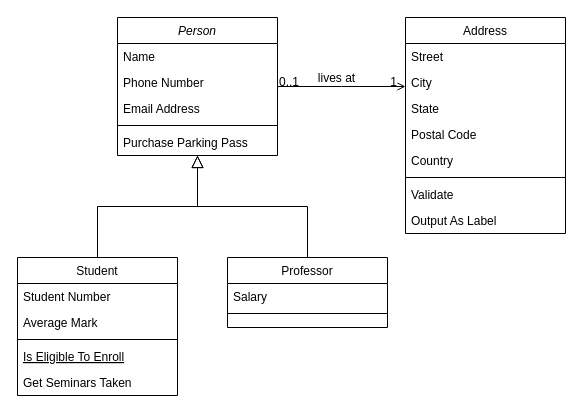
Earlier version of the draw.io diagram Draw.io/Polymorphism.drawio (Jebthegamer/cse210_hw). Source tidied: cells renumbered, new cells numbered last; positions are measured from the earlier drawing's top-left corner, leaving out a move shared by most shapes. Both pictures are drawn from the tidied source at 100%, with x=0, y=0 at pixel (17, 17).
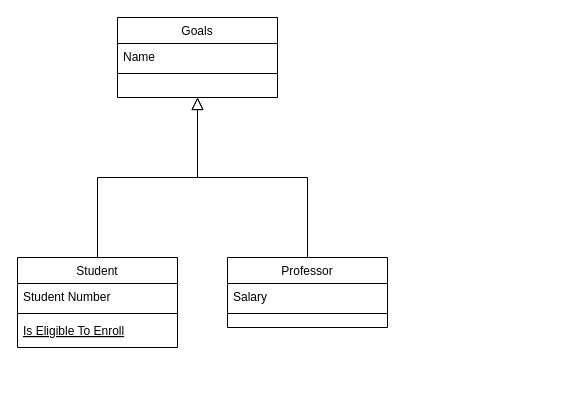
The same diagram, later.

Diff of the diagram source:
```diff
@@
-    <mxCell id="2" value="Person" style="swimlane;fontStyle=2;align=center;verticalAlign=top;horizontal=1;startSize=26;rounded=0;shadow=0;strokeWidth=1;" parent="1" vertex="1">
-      <mxGeometry x="100" width="160" height="138" as="geometry" />
+    <mxCell id="2" value="Goals" style="swimlane;fontStyle=0;align=center;verticalAlign=top;horizontal=1;startSize=26;rounded=0;shadow=0;strokeWidth=1;" parent="1" vertex="1">
+      <mxGeometry x="100" width="160" height="80" as="geometry" />
     </mxCell>
@@
-    <mxCell id="4" value="Phone Number" style="text;align=left;verticalAlign=top;spacingLeft=4;spacingRight=4;overflow=hidden;rounded=0;shadow=0;html=0;" parent="2" vertex="1">
-      <mxGeometry y="52" width="160" height="26" as="geometry" />
-    </mxCell>
-    <mxCell id="5" value="Email Address" style="text;align=left;verticalAlign=top;spacingLeft=4;spacingRight=4;overflow=hidden;rounded=0;shadow=0;html=0;" parent="2" vertex="1">
-      <mxGeometry y="78" width="160" height="26" as="geometry" />
-    </mxCell>
     <mxCell id="6" style="line;html=1;strokeWidth=1;align=left;verticalAlign=middle;spacingTop=-1;spacingLeft=3;spacingRight=3;labelPosition=right;" parent="2" vertex="1">
-      <mxGeometry y="104" width="160" height="8" as="geometry" />
+      <mxGeometry y="52" width="160" height="8" as="geometry" />
     </mxCell>
-    <mxCell id="7" value="Purchase Parking Pass" style="text;align=left;verticalAlign=top;spacingLeft=4;spacingRight=4;overflow=hidden;" parent="2" vertex="1">
-      <mxGeometry y="112" width="160" height="26" as="geometry" />
-    </mxCell>
     <mxCell id="8" value="Student" style="swimlane;fontStyle=0;align=center;verticalAlign=top;horizontal=1;startSize=26;rounded=0;shadow=0;strokeWidth=1;" parent="1" vertex="1">
-      <mxGeometry y="240" width="160" height="138" as="geometry" />
+      <mxGeometry y="240" width="160" height="90" as="geometry" />
     </mxCell>
@@
-    <mxCell id="10" value="Average Mark" style="text;align=left;verticalAlign=top;spacingLeft=4;spacingRight=4;overflow=hidden;rounded=0;shadow=0;html=0;" parent="8" vertex="1">
-      <mxGeometry y="52" width="160" height="26" as="geometry" />
-    </mxCell>
     <mxCell id="11" style="line;html=1;strokeWidth=1;align=left;verticalAlign=middle;spacingTop=-1;spacingLeft=3;spacingRight=3;labelPosition=right;" parent="8" vertex="1">
-      <mxGeometry y="78" width="160" height="8" as="geometry" />
+      <mxGeometry y="52" width="160" height="8" as="geometry" />
     </mxCell>
     <mxCell id="12" value="Is Eligible To Enroll" style="text;align=left;verticalAlign=top;spacingLeft=4;spacingRight=4;overflow=hidden;fontStyle=4;" parent="8" vertex="1">
-      <mxGeometry y="86" width="160" height="26" as="geometry" />
+      <mxGeometry y="60" width="160" height="26" as="geometry" />
     </mxCell>
-    <mxCell id="13" value="Get Seminars Taken" style="text;align=left;verticalAlign=top;spacingLeft=4;spacingRight=4;overflow=hidden;" parent="8" vertex="1">
-      <mxGeometry y="112" width="160" height="26" as="geometry" />
-    </mxCell>
@@
-    <mxCell id="19" value="Address" style="swimlane;fontStyle=0;align=center;verticalAlign=top;horizontal=1;startSize=26;rounded=0;shadow=0;strokeWidth=1;" parent="1" vertex="1">
-      <mxGeometry x="388" width="160" height="216" as="geometry" />
-    </mxCell>
-    <mxCell id="20" value="Street" style="text;align=left;verticalAlign=top;spacingLeft=4;spacingRight=4;overflow=hidden;" parent="19" vertex="1">
-      <mxGeometry y="26" width="160" height="26" as="geometry" />
-    </mxCell>
-    <mxCell id="21" value="City" style="text;align=left;verticalAlign=top;spacingLeft=4;spacingRight=4;overflow=hidden;rounded=0;shadow=0;html=0;" parent="19" vertex="1">
-      <mxGeometry y="52" width="160" height="26" as="geometry" />
-    </mxCell>
-    <mxCell id="22" value="State" style="text;align=left;verticalAlign=top;spacingLeft=4;spacingRight=4;overflow=hidden;rounded=0;shadow=0;html=0;" parent="19" vertex="1">
-      <mxGeometry y="78" width="160" height="26" as="geometry" />
-    </mxCell>
-    <mxCell id="23" value="Postal Code" style="text;align=left;verticalAlign=top;spacingLeft=4;spacingRight=4;overflow=hidden;rounded=0;shadow=0;html=0;" parent="19" vertex="1">
-      <mxGeometry y="104" width="160" height="26" as="geometry" />
-    </mxCell>
-    <mxCell id="24" value="Country" style="text;align=left;verticalAlign=top;spacingLeft=4;spacingRight=4;overflow=hidden;rounded=0;shadow=0;html=0;" parent="19" vertex="1">
-      <mxGeometry y="130" width="160" height="26" as="geometry" />
-    </mxCell>
-    <mxCell id="25" style="line;html=1;strokeWidth=1;align=left;verticalAlign=middle;spacingTop=-1;spacingLeft=3;spacingRight=3;labelPosition=right;" parent="19" vertex="1">
-      <mxGeometry y="156" width="160" height="8" as="geometry" />
-    </mxCell>
-    <mxCell id="26" value="Validate" style="text;align=left;verticalAlign=top;spacingLeft=4;spacingRight=4;overflow=hidden;" parent="19" vertex="1">
-      <mxGeometry y="164" width="160" height="26" as="geometry" />
-    </mxCell>
-    <mxCell id="27" value="Output As Label" style="text;align=left;verticalAlign=top;spacingLeft=4;spacingRight=4;overflow=hidden;" parent="19" vertex="1">
-      <mxGeometry y="190" width="160" height="26" as="geometry" />
-    </mxCell>
-    <mxCell id="28" style="endArrow=open;shadow=0;strokeWidth=1;rounded=0;endFill=1;edgeStyle=elbowEdgeStyle;elbow=vertical;" parent="1" edge="1" source="2" target="19">
-      <mxGeometry x="0.5" y="41" relative="1" as="geometry">
-        <mxPoint x="-40" y="32" as="offset" />
-      </mxGeometry>
-    </mxCell>
-    <mxCell id="29" value="0..1" style="align=left;verticalAlign=bottom;labelBackgroundColor=none;fontSize=12;" parent="28" vertex="1">
-      <mxGeometry x="-1" relative="1" as="geometry">
-        <mxPoint y="4" as="offset" />
-      </mxGeometry>
-    </mxCell>
-    <mxCell id="30" value="1" style="align=right;verticalAlign=bottom;labelBackgroundColor=none;fontSize=12;" parent="28" vertex="1">
-      <mxGeometry x="1" relative="1" as="geometry">
-        <mxPoint x="-7" y="4" as="offset" />
-      </mxGeometry>
-    </mxCell>
-    <mxCell id="31" value="lives at" style="text;html=1;align=center;verticalAlign=middle;labelBackgroundColor=none;rounded=0;shadow=0;strokeWidth=1;fontSize=12;" parent="28" vertex="1">
-      <mxGeometry x="0.5" y="49" relative="1" as="geometry">
-        <mxPoint x="-38" y="40" as="offset" />
-      </mxGeometry>
-    </mxCell>
```
